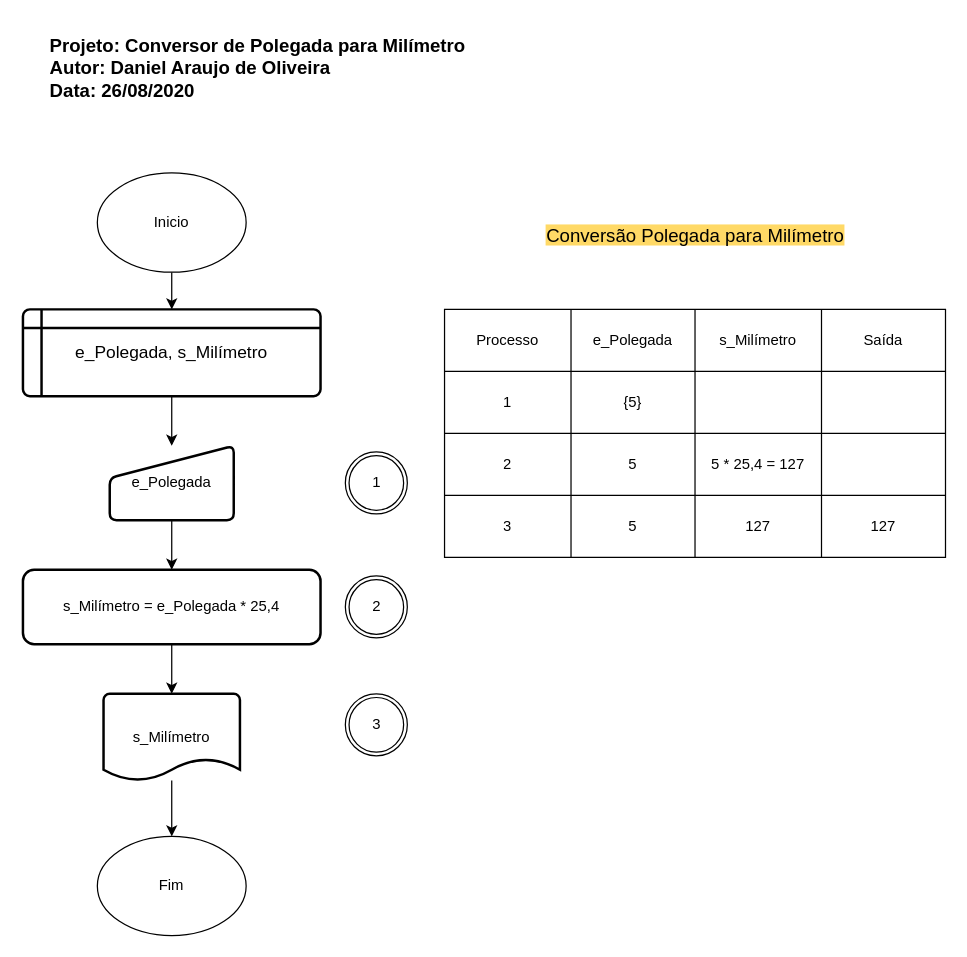
The draw.io diagram Fluxograma 1 conversor de Polegada para Milímetro.drawio in DanielAraujo1116/fatec-Eletronica-1600732011040-Daniel, before the edit. Source tidied: cells renumbered, new cells numbered last; positions are measured from the earlier drawing's top-left corner, leaving out a move shared by most shapes. Both pictures are drawn from the tidied source at 124%, with x=0, y=0 at pixel (22, 36).
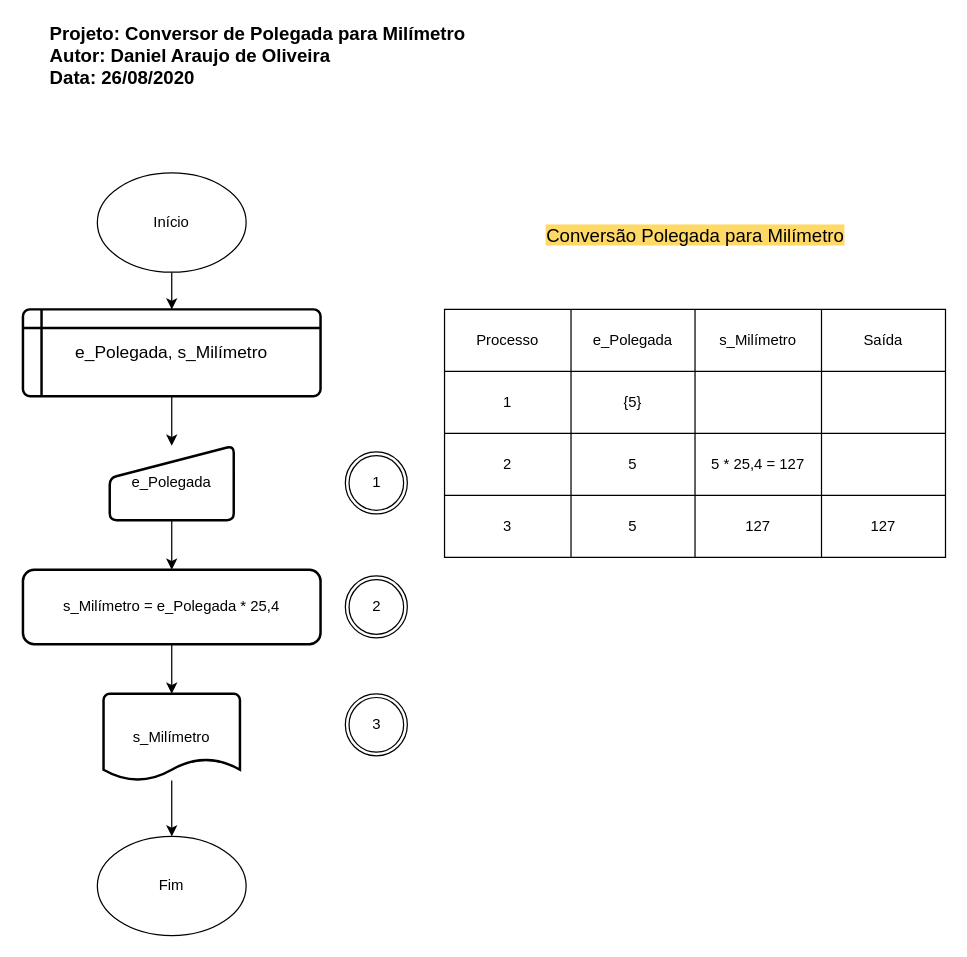
After the change.

The edit, as a diff of the source:
```diff
@@
-    <mxCell id="3" value="Inicio" style="ellipse;whiteSpace=wrap;html=1;" parent="1" vertex="1">
+    <mxCell id="3" value="Início" style="ellipse;whiteSpace=wrap;html=1;" parent="1" vertex="1">
       <mxGeometry x="60" y="110" width="120" height="80" as="geometry" />
     </mxCell>
@@
     <mxCell id="41" value="&lt;b style=&quot;font-size: 15px&quot;&gt;Projeto: Conversor de Polegada para Milímetro&lt;br&gt;Autor: Daniel Araujo de Oliveira&lt;br&gt;Data: 26/08/2020&lt;/b&gt;" style="text;html=1;align=left;verticalAlign=middle;fillColor=none;strokeColor=none;rounded=0;" parent="1" vertex="1">
-      <mxGeometry x="20" width="350" height="50" as="geometry" />
+      <mxGeometry x="20" y="-10" width="350" height="50" as="geometry" />
     </mxCell>
```
